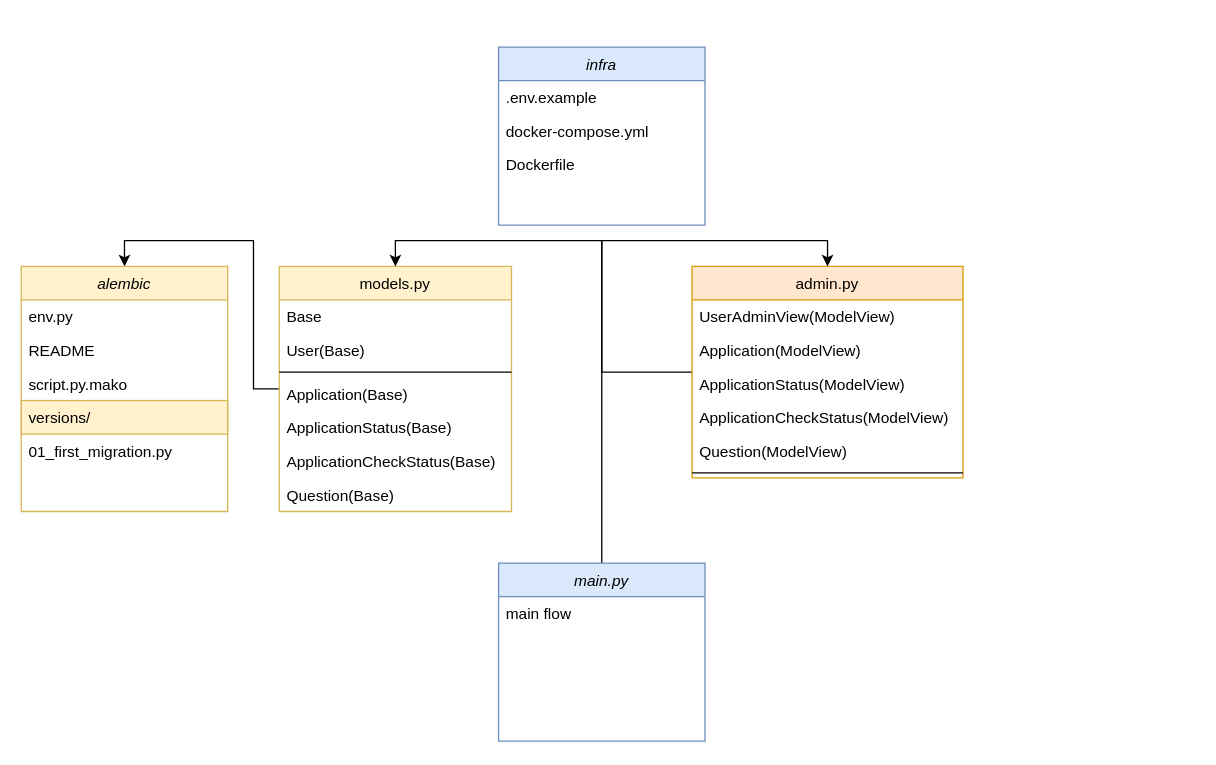
Earlier version of the draw.io diagram Диаграмма.drawio (hixwizard/async_bot). Source tidied: cells renumbered, new cells numbered last; positions are measured from the earlier drawing's top-left corner, leaving out a move shared by most shapes. Both pictures are drawn from the tidied source at 129%, with x=0, y=0 at pixel (21, 46).
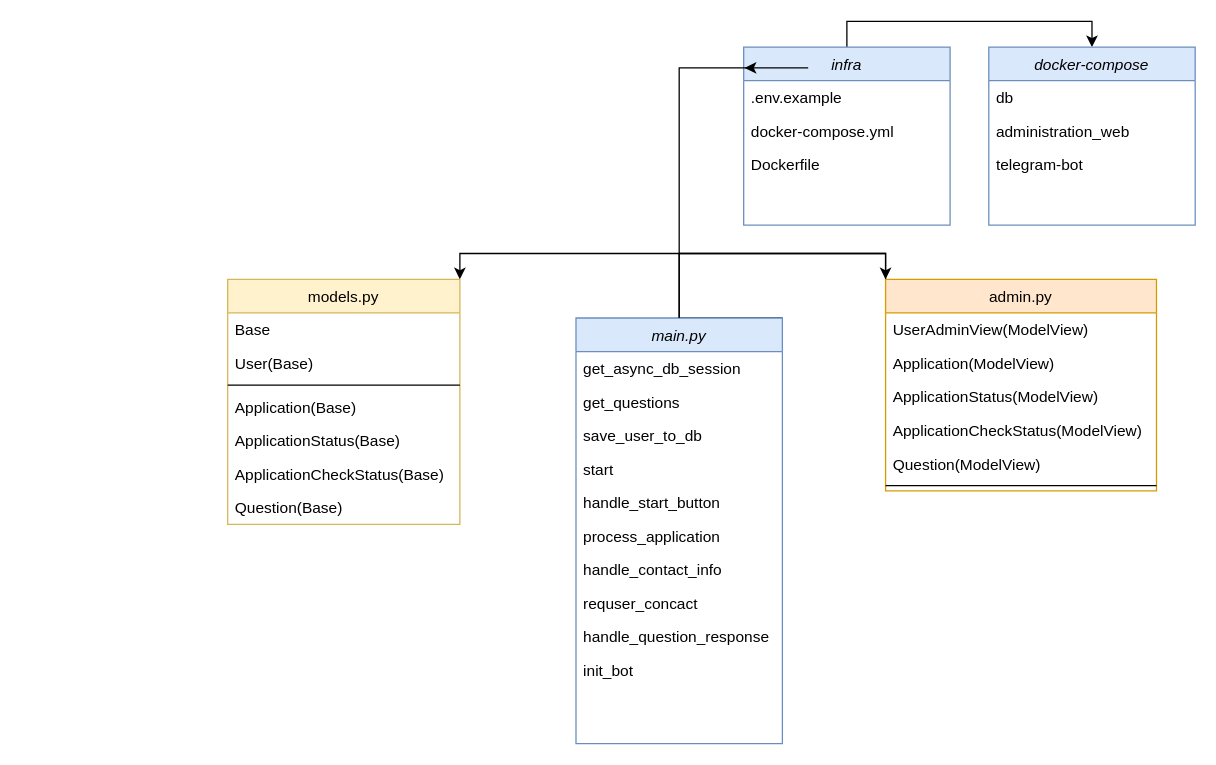
After the change.

What changed in the source:
```diff
@@
-    <mxCell id="2" style="edgeStyle=orthogonalEdgeStyle;rounded=0;jettySize=auto;html=1;entryX=0.5;entryY=0;entryDx=0;entryDy=0;" parent="1" edge="1" source="3" target="26">
-      <mxGeometry relative="1" as="geometry" />
-    </mxCell>
     <mxCell id="3" value="models.py" style="swimlane;fontStyle=0;align=center;verticalAlign=top;horizontal=1;startSize=26;rounded=0;shadow=0;strokeWidth=1;fillColor=#fff2cc;strokeColor=#d6b656;" parent="1" vertex="1">
-      <mxGeometry x="200" y="170" width="180" height="190" as="geometry" />
+      <mxGeometry x="160" y="180" width="180" height="190" as="geometry" />
     </mxCell>
@@
-    <mxCell id="11" style="edgeStyle=orthogonalEdgeStyle;rounded=0;jettySize=auto;html=1;entryX=0.5;entryY=0;entryDx=0;entryDy=0;" parent="1" edge="1" source="12" target="3">
-      <mxGeometry relative="1" as="geometry" />
+    <mxCell id="11" style="edgeStyle=orthogonalEdgeStyle;rounded=0;jettySize=auto;html=1;exitX=0;exitY=0;exitDx=0;exitDy=0;entryX=1;entryY=0;entryDx=0;entryDy=0;" parent="1" edge="1" source="12" target="3">
+      <mxGeometry relative="1" as="geometry">
+        <Array as="points">
+          <mxPoint x="670" y="160" />
+          <mxPoint x="340" y="160" />
+        </Array>
+      </mxGeometry>
     </mxCell>
     <mxCell id="12" value="admin.py" style="swimlane;fontStyle=0;align=center;verticalAlign=top;horizontal=1;startSize=26;rounded=0;shadow=0;strokeWidth=1;fillColor=#ffe6cc;strokeColor=#d79b00;" parent="1" vertex="1">
-      <mxGeometry x="520" y="170" width="210" height="164" as="geometry" />
+      <mxGeometry x="670" y="180" width="210" height="164" as="geometry" />
     </mxCell>
@@
-    <mxCell id="19" style="edgeStyle=orthogonalEdgeStyle;rounded=0;jettySize=auto;html=1;entryX=0.5;entryY=0;entryDx=0;entryDy=0;" parent="1" edge="1" source="20" target="12">
-      <mxGeometry relative="1" as="geometry" />
+    <mxCell id="19" style="edgeStyle=orthogonalEdgeStyle;rounded=0;jettySize=auto;html=1;exitX=1;exitY=0;exitDx=0;exitDy=0;entryX=0;entryY=0;entryDx=0;entryDy=0;" parent="1" edge="1" source="20" target="12">
+      <mxGeometry relative="1" as="geometry">
+        <Array as="points">
+          <mxPoint x="510" y="210" />
+          <mxPoint x="510" y="160" />
+          <mxPoint x="670" y="160" />
+        </Array>
+      </mxGeometry>
     </mxCell>
     <mxCell id="20" value="main.py" style="swimlane;fontStyle=2;align=center;verticalAlign=top;horizontal=1;startSize=26;rounded=0;shadow=0;strokeWidth=1;fillColor=#dae8fc;strokeColor=#6c8ebf;" parent="1" vertex="1">
-      <mxGeometry x="370" y="400" width="160" height="138" as="geometry" />
+      <mxGeometry x="430" y="210" width="160" height="330" as="geometry" />
     </mxCell>
-    <mxCell id="21" value="main flow" style="text;align=left;verticalAlign=top;spacingLeft=4;spacingRight=4;overflow=hidden;" parent="20" vertex="1">
+    <mxCell id="21" value="get_async_db_session" style="text;align=left;verticalAlign=top;spacingLeft=4;spacingRight=4;overflow=hidden;" parent="20" vertex="1">
       <mxGeometry y="26" width="160" height="26" as="geometry" />
     </mxCell>
+    <mxCell id="32" value="get_questions" style="text;align=left;verticalAlign=top;spacingLeft=4;spacingRight=4;overflow=hidden;" parent="20" vertex="1">
+      <mxGeometry y="52" width="160" height="26" as="geometry" />
+    </mxCell>
+    <mxCell id="33" value="save_user_to_db" style="text;align=left;verticalAlign=top;spacingLeft=4;spacingRight=4;overflow=hidden;" parent="20" vertex="1">
+      <mxGeometry y="78" width="160" height="26" as="geometry" />
+    </mxCell>
+    <mxCell id="34" value="start" style="text;align=left;verticalAlign=top;spacingLeft=4;spacingRight=4;overflow=hidden;" parent="20" vertex="1">
+      <mxGeometry y="104" width="160" height="26" as="geometry" />
+    </mxCell>
+    <mxCell id="35" value="handle_start_button" style="text;align=left;verticalAlign=top;spacingLeft=4;spacingRight=4;overflow=hidden;" parent="20" vertex="1">
+      <mxGeometry y="130" width="160" height="26" as="geometry" />
+    </mxCell>
+    <mxCell id="36" value="process_application" style="text;align=left;verticalAlign=top;spacingLeft=4;spacingRight=4;overflow=hidden;" parent="20" vertex="1">
+      <mxGeometry y="156" width="160" height="26" as="geometry" />
+    </mxCell>
+    <mxCell id="37" value="handle_contact_info" style="text;align=left;verticalAlign=top;spacingLeft=4;spacingRight=4;overflow=hidden;" parent="20" vertex="1">
+      <mxGeometry y="182" width="160" height="26" as="geometry" />
+    </mxCell>
+    <mxCell id="38" value="requser_concact" style="text;align=left;verticalAlign=top;spacingLeft=4;spacingRight=4;overflow=hidden;" parent="20" vertex="1">
+      <mxGeometry y="208" width="160" height="26" as="geometry" />
+    </mxCell>
+    <mxCell id="39" value="handle_question_response" style="text;align=left;verticalAlign=top;spacingLeft=4;spacingRight=4;overflow=hidden;" parent="20" vertex="1">
+      <mxGeometry y="234" width="160" height="26" as="geometry" />
+    </mxCell>
+    <mxCell id="40" value="init_bot" style="text;align=left;verticalAlign=top;spacingLeft=4;spacingRight=4;overflow=hidden;" parent="20" vertex="1">
+      <mxGeometry y="260" width="160" height="26" as="geometry" />
+    </mxCell>
+    <mxCell id="41" style="edgeStyle=orthogonalEdgeStyle;rounded=0;jettySize=auto;html=1;exitX=0.5;exitY=0;exitDx=0;exitDy=0;entryX=0.5;entryY=0;entryDx=0;entryDy=0;" parent="1" edge="1" source="22" target="42">
+      <mxGeometry relative="1" as="geometry" />
+    </mxCell>
     <mxCell id="22" value="infra" style="swimlane;fontStyle=2;align=center;verticalAlign=top;horizontal=1;startSize=26;rounded=0;shadow=0;strokeWidth=1;fillColor=#dae8fc;strokeColor=#6c8ebf;" parent="1" vertex="1">
-      <mxGeometry x="370" width="160" height="138" as="geometry" />
+      <mxGeometry x="560" width="160" height="138" as="geometry" />
     </mxCell>
@@
-    <mxCell id="26" value="alembic" style="swimlane;fontStyle=2;align=center;verticalAlign=top;horizontal=1;startSize=26;rounded=0;shadow=0;strokeWidth=1;fillColor=#fff2cc;strokeColor=#d6b656;" parent="1" vertex="1">
-      <mxGeometry y="170" width="160" height="190" as="geometry" />
-    </mxCell>
-    <mxCell id="27" value="env.py" style="text;align=left;verticalAlign=top;spacingLeft=4;spacingRight=4;overflow=hidden;" parent="26" vertex="1">
-      <mxGeometry y="26" width="160" height="26" as="geometry" />
-    </mxCell>
-    <mxCell id="28" value="README" style="text;align=left;verticalAlign=top;spacingLeft=4;spacingRight=4;overflow=hidden;" parent="26" vertex="1">
-      <mxGeometry y="52" width="160" height="26" as="geometry" />
-    </mxCell>
-    <mxCell id="29" value="script.py.mako" style="text;align=left;verticalAlign=top;spacingLeft=4;spacingRight=4;overflow=hidden;" parent="26" vertex="1">
-      <mxGeometry y="78" width="160" height="26" as="geometry" />
-    </mxCell>
-    <mxCell id="30" value="versions/" style="text;align=left;verticalAlign=top;spacingLeft=4;spacingRight=4;overflow=hidden;fillColor=#fff2cc;strokeColor=#d6b656;" parent="26" vertex="1">
-      <mxGeometry y="104" width="160" height="26" as="geometry" />
-    </mxCell>
-    <mxCell id="31" value="01_first_migration.py" style="text;align=left;verticalAlign=top;spacingLeft=4;spacingRight=4;overflow=hidden;" parent="26" vertex="1">
-      <mxGeometry y="130" width="160" height="26" as="geometry" />
-    </mxCell>
+    <mxCell id="42" value="docker-compose" style="swimlane;fontStyle=2;align=center;verticalAlign=top;horizontal=1;startSize=26;rounded=0;shadow=0;strokeWidth=1;fillColor=#dae8fc;strokeColor=#6c8ebf;" parent="1" vertex="1">
+      <mxGeometry x="750" width="160" height="138" as="geometry" />
+    </mxCell>
+    <mxCell id="43" value="db" style="text;align=left;verticalAlign=top;spacingLeft=4;spacingRight=4;overflow=hidden;" parent="42" vertex="1">
+      <mxGeometry y="26" width="160" height="26" as="geometry" />
+    </mxCell>
+    <mxCell id="44" value="administration_web" style="text;align=left;verticalAlign=top;spacingLeft=4;spacingRight=4;overflow=hidden;" parent="42" vertex="1">
+      <mxGeometry y="52" width="160" height="26" as="geometry" />
+    </mxCell>
+    <mxCell id="45" value="telegram-bot" style="text;align=left;verticalAlign=top;spacingLeft=4;spacingRight=4;overflow=hidden;" parent="42" vertex="1">
+      <mxGeometry y="78" width="160" height="26" as="geometry" />
+    </mxCell>
+    <mxCell id="46" style="edgeStyle=orthogonalEdgeStyle;rounded=0;jettySize=auto;html=1;entryX=0.005;entryY=0.117;entryDx=0;entryDy=0;entryPerimeter=0;" parent="1" edge="1" source="20" target="22">
+      <mxGeometry relative="1" as="geometry" />
+    </mxCell>
```
